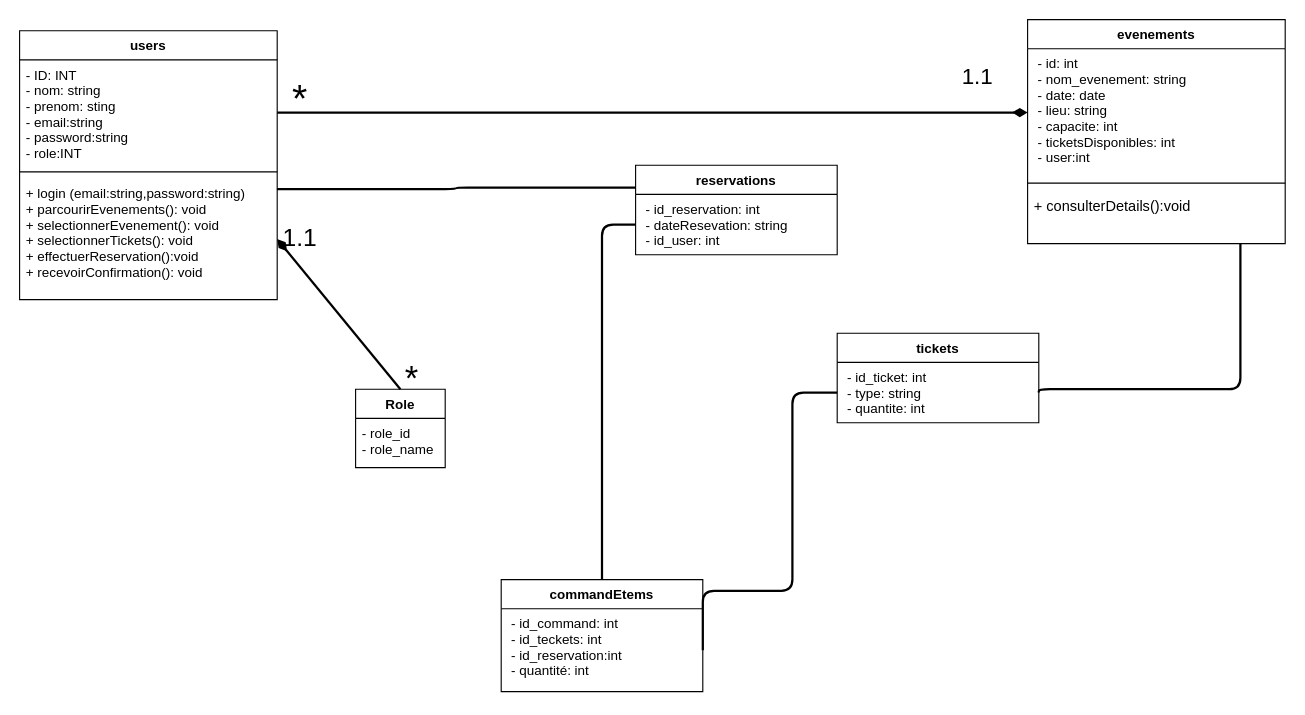
HakiMohamed/You-Event keeps this draw.io diagram as D_classe-Event.drawio. Above is the earlier version. Source tidied: cells renumbered, new cells numbered last; positions are measured from the earlier drawing's top-left corner, leaving out a move shared by most shapes. Both pictures are drawn from the tidied source at 112%, with x=0, y=0 at pixel (19, 19).
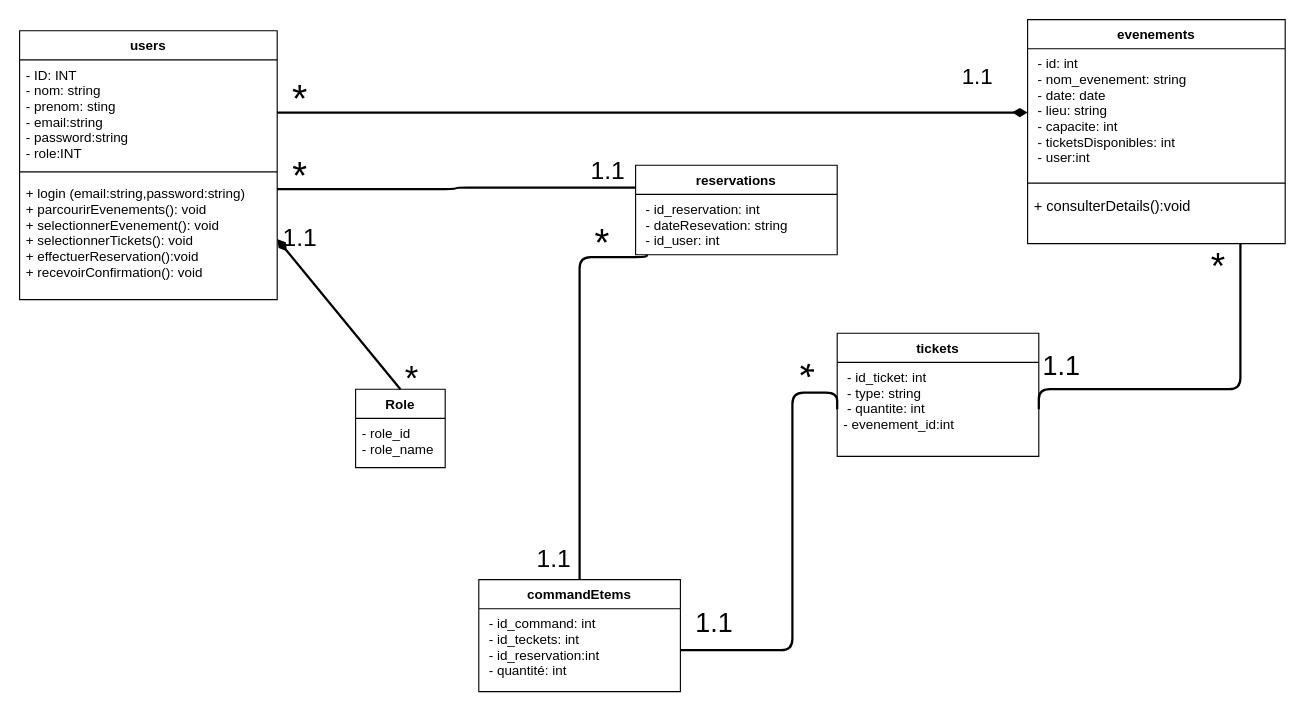
Above is the later version.

Commit message:
diagramme_de_classe

The change refers to these unchanged cells:
```xml
<mxCell id="15" value=" - id_reservation: int                   &#10; - dateResevation: string                   &#10; - id_user: int  " style="text;strokeColor=none;fillColor=none;align=left;verticalAlign=top;spacingLeft=4;spacingRight=4;overflow=hidden;points=[[0,0.5],[1,0.5]];portConstraint=eastwest;" parent="14" vertex="1">
  <mxGeometry y="26" width="180" height="54" as="geometry" />
</mxCell>
<mxCell id="17" value=" - id_command: int&#10; - id_teckets: int&#10; - id_reservation:int                                      &#10; - quantité: int  " style="text;strokeColor=none;fillColor=none;align=left;verticalAlign=top;spacingLeft=4;spacingRight=4;overflow=hidden;points=[[0,0.5],[1,0.5]];portConstraint=eastwest;" parent="16" vertex="1">
  <mxGeometry y="26" width="180" height="74" as="geometry" />
</mxCell>
```

What changed in the source:
```diff
@@
     <mxCell id="10" value="tickets" style="swimlane;fontStyle=1;align=center;verticalAlign=top;horizontal=1;startSize=26;" parent="1" vertex="1">
-      <mxGeometry x="730" y="280" width="180" height="80" as="geometry" />
+      <mxGeometry x="730" y="280" width="180" height="110" as="geometry" />
     </mxCell>
-    <mxCell id="11" value=" - id_ticket: int                   &#10; - type: string                   &#10; - quantite: int  " style="text;strokeColor=none;fillColor=none;align=left;verticalAlign=top;spacingLeft=4;spacingRight=4;overflow=hidden;points=[[0,0.5],[1,0.5]];portConstraint=eastwest;" parent="10" vertex="1">
-      <mxGeometry y="26" width="180" height="54" as="geometry" />
+    <mxCell id="11" value=" - id_ticket: int                   &#10; - type: string                   &#10; - quantite: int  &#10;- evenement_id:int" style="text;strokeColor=none;fillColor=none;align=left;verticalAlign=top;spacingLeft=4;spacingRight=4;overflow=hidden;points=[[0,0.5],[1,0.5]];portConstraint=eastwest;" parent="10" vertex="1">
+      <mxGeometry y="26" width="180" height="84" as="geometry" />
     </mxCell>
@@
     <mxCell id="16" value="commandEtems" style="swimlane;fontStyle=1;align=center;verticalAlign=top;horizontal=1;startSize=26;" parent="1" vertex="1">
-      <mxGeometry x="430" y="500" width="180" height="100" as="geometry" />
+      <mxGeometry x="410" y="500" width="180" height="100" as="geometry" />
     </mxCell>
@@
-    <mxCell id="20" style="endArrow=none;html=1;edgeStyle=orthogonalEdgeStyle;strokeWidth=2;fontSize=13;entryX=0.5;entryY=0;entryDx=0;entryDy=0;exitX=0;exitY=0.5;exitDx=0;exitDy=0;" parent="1" edge="1" source="15" target="16">
-      <mxGeometry relative="1" as="geometry" />
+    <mxCell id="20" style="endArrow=none;html=1;edgeStyle=orthogonalEdgeStyle;strokeWidth=2;fontSize=13;entryX=0.5;entryY=0;entryDx=0;entryDy=0;" parent="1" edge="1" target="16">
+      <mxGeometry relative="1" as="geometry">
+        <mxPoint x="560" y="210" as="sourcePoint" />
+        <Array as="points">
+          <mxPoint x="500" y="212" />
+        </Array>
+      </mxGeometry>
     </mxCell>
@@
     <mxCell id="22" style="endArrow=none;html=1;edgeStyle=orthogonalEdgeStyle;strokeWidth=2;fontSize=13;entryX=1;entryY=0.5;entryDx=0;entryDy=0;exitX=0;exitY=0.5;exitDx=0;exitDy=0;" parent="1" edge="1" source="11" target="17">
       <mxGeometry relative="1" as="geometry">
         <Array as="points">
           <mxPoint x="690" y="333" />
-          <mxPoint x="690" y="510" />
-          <mxPoint x="610" y="510" />
+          <mxPoint x="690" y="563" />
         </Array>
       </mxGeometry>
     </mxCell>
@@
+    <mxCell id="28" value="&lt;font style=&quot;font-size: 34px;&quot;&gt;*&lt;/font&gt;" style="text;html=1;align=center;verticalAlign=middle;strokeColor=none;fillColor=none;fontSize=12;" parent="1" vertex="1">
+      <mxGeometry x="230" y="115" width="40" height="50" as="geometry" />
+    </mxCell>
+    <mxCell id="29" value="&lt;font style=&quot;font-size: 22px;&quot;&gt;1.1&lt;/font&gt;" style="text;html=1;align=center;verticalAlign=middle;strokeColor=none;fillColor=none;fontSize=35;" parent="1" vertex="1">
+      <mxGeometry x="500" y="100" width="50" height="60" as="geometry" />
+    </mxCell>
+    <mxCell id="30" value="*" style="text;html=1;align=center;verticalAlign=middle;strokeColor=none;fillColor=none;fontSize=34;" parent="1" vertex="1">
+      <mxGeometry x="500" y="175" width="40" height="50" as="geometry" />
+    </mxCell>
+    <mxCell id="31" value="&lt;span style=&quot;color: rgb(0, 0, 0); font-family: Helvetica; font-size: 22px; font-style: normal; font-variant-ligatures: normal; font-variant-caps: normal; font-weight: 400; letter-spacing: normal; orphans: 2; text-align: center; text-indent: 0px; text-transform: none; widows: 2; word-spacing: 0px; -webkit-text-stroke-width: 0px; background-color: rgb(255, 255, 255); text-decoration-thickness: initial; text-decoration-style: initial; text-decoration-color: initial; float: none; display: inline !important;&quot;&gt;1.1&lt;/span&gt;" style="text;whiteSpace=wrap;html=1;fontSize=34;" parent="1" vertex="1">
+      <mxGeometry x="460" y="450" width="60" height="60" as="geometry" />
+    </mxCell>
+    <mxCell id="32" value="&lt;span style=&quot;color: rgb(0, 0, 0); font-family: Helvetica; font-size: 34px; font-style: normal; font-variant-ligatures: normal; font-variant-caps: normal; font-weight: 400; letter-spacing: normal; orphans: 2; text-align: center; text-indent: 0px; text-transform: none; widows: 2; word-spacing: 0px; -webkit-text-stroke-width: 0px; background-color: rgb(255, 255, 255); text-decoration-thickness: initial; text-decoration-style: initial; text-decoration-color: initial; float: none; display: inline !important;&quot;&gt;*&lt;/span&gt;" style="text;whiteSpace=wrap;html=1;fontSize=34;rotation=90;" parent="1" vertex="1">
+      <mxGeometry x="700" y="310" width="30" height="20" as="geometry" />
+    </mxCell>
+    <mxCell id="33" value="&lt;font style=&quot;font-size: 24px;&quot;&gt;1.1&lt;/font&gt;" style="text;html=1;align=center;verticalAlign=middle;strokeColor=none;fillColor=none;fontSize=34;" parent="1" vertex="1">
+      <mxGeometry x="590" y="510" width="60" height="50" as="geometry" />
+    </mxCell>
+    <mxCell id="34" value="1.1" style="text;html=1;align=center;verticalAlign=middle;strokeColor=none;fillColor=none;fontSize=24;" parent="1" vertex="1">
+      <mxGeometry x="900" y="290" width="60" height="40" as="geometry" />
+    </mxCell>
+    <mxCell id="35" value="&lt;font style=&quot;font-size: 33px;&quot;&gt;*&lt;/font&gt;" style="text;html=1;align=center;verticalAlign=middle;strokeColor=none;fillColor=none;fontSize=24;" parent="1" vertex="1">
+      <mxGeometry x="1050" y="195" width="40" height="50" as="geometry" />
+    </mxCell>
```
